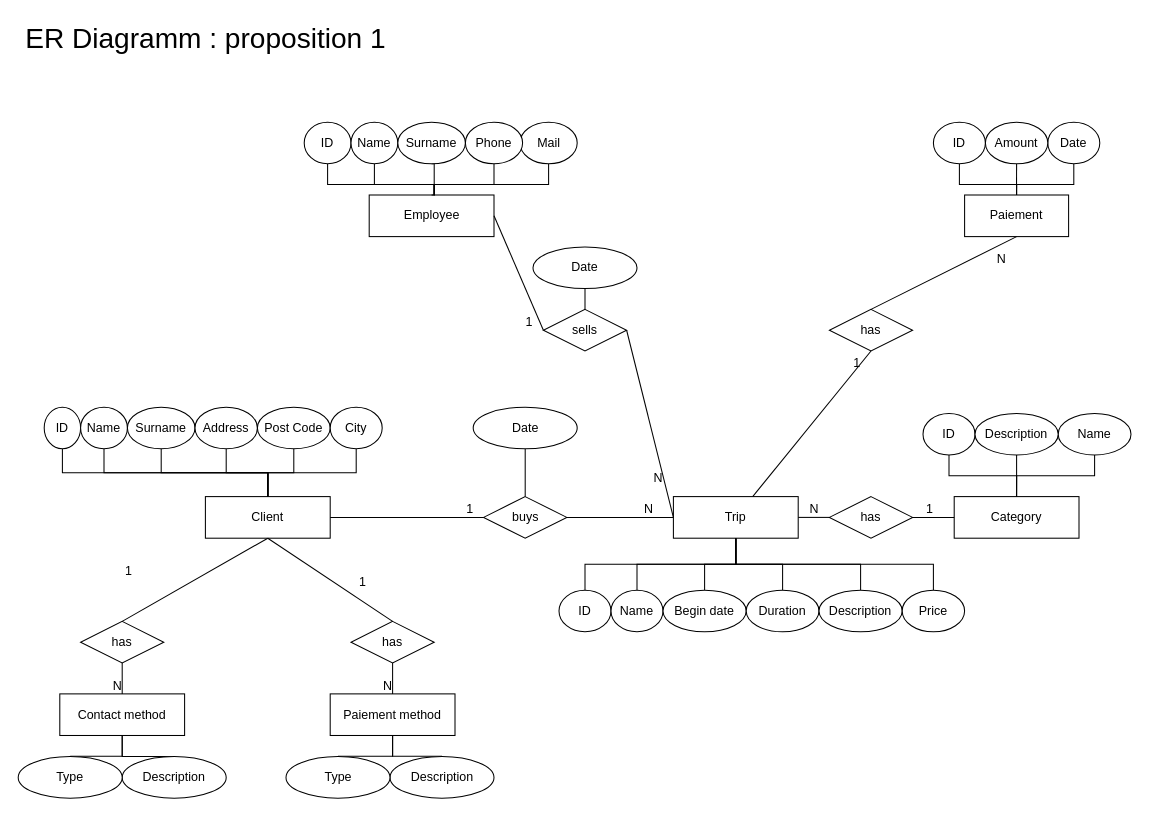
This is page "ER-Model" (1 of 2) of DB Projekt 1.drawio from phootrf/DBProjet1, a draw.io file, before an edit. Source tidied: cells renumbered, new cells numbered last; positions are measured from the earlier drawing's top-left corner, leaving out a move shared by most shapes. Both pictures are drawn from the tidied source at 104%, with x=0, y=0 at pixel (18, 18).
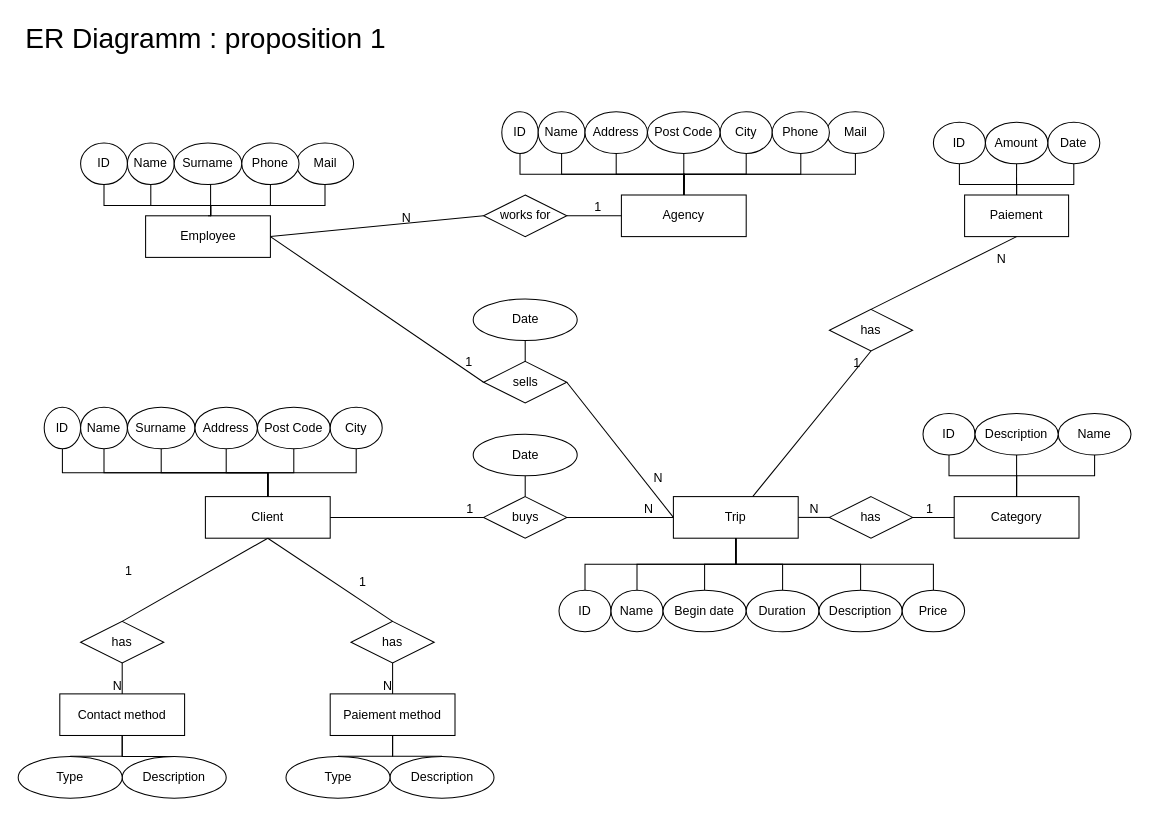
The same page after the edit.

Commit message:
added entity agency

Unchanged cells that the change refers to:
```xml
<mxCell id="11" value="buys" style="shape=rhombus;perimeter=rhombusPerimeter;whiteSpace=wrap;html=1;align=center;" parent="1" vertex="1">
  <mxGeometry x="447.5" y="460" width="80" height="40" as="geometry" />
</mxCell>
<mxCell id="78" style="endArrow=none;html=1;rounded=0;exitX=1;exitY=0.5;exitDx=0;exitDy=0;entryX=0;entryY=0.5;entryDx=0;entryDy=0;" parent="1" edge="1" source="76" target="77">
  <mxGeometry relative="1" as="geometry" />
</mxCell>
```

The edit, as a diff of the source:
```diff
@@
     <mxCell id="76" value="Employee" style="whiteSpace=wrap;html=1;align=center;" parent="1" vertex="1">
-      <mxGeometry x="337.5" y="170" width="120" height="40" as="geometry" />
+      <mxGeometry x="122.5" y="190" width="120" height="40" as="geometry" />
     </mxCell>
     <mxCell id="77" value="sells" style="shape=rhombus;perimeter=rhombusPerimeter;whiteSpace=wrap;html=1;align=center;" parent="1" vertex="1">
-      <mxGeometry x="505" y="280" width="80" height="40" as="geometry" />
+      <mxGeometry x="447.5" y="330" width="80" height="40" as="geometry" />
     </mxCell>
@@
     <mxCell id="79" value="1" style="html=1;align=right;verticalAlign=bottom;" parent="78" vertex="1">
       <mxGeometry x="1" relative="1" as="geometry">
-        <mxPoint x="-10" as="offset" />
+        <mxPoint x="-10" y="-11" as="offset" />
       </mxGeometry>
     </mxCell>
@@
     <mxCell id="82" style="edgeStyle=orthogonalEdgeStyle;rounded=0;jettySize=auto;html=1;exitX=0.5;exitY=1;exitDx=0;exitDy=0;entryX=0.522;entryY=0.01;entryDx=0;entryDy=0;entryPerimeter=0;endArrow=none;endFill=0;" parent="1" edge="1" source="83" target="76">
       <mxGeometry relative="1" as="geometry">
         <Array as="points">
-          <mxPoint x="297" y="160" />
-          <mxPoint x="400" y="160" />
+          <mxPoint x="82" y="180" />
+          <mxPoint x="185" y="180" />
         </Array>
       </mxGeometry>
     </mxCell>
     <mxCell id="83" value="ID" style="ellipse;whiteSpace=wrap;html=1;align=center;" parent="1" vertex="1">
-      <mxGeometry x="275" y="100" width="45" height="40" as="geometry" />
+      <mxGeometry x="60" y="120" width="45" height="40" as="geometry" />
     </mxCell>
     <mxCell id="84" style="edgeStyle=orthogonalEdgeStyle;rounded=0;jettySize=auto;html=1;exitX=0.5;exitY=1;exitDx=0;exitDy=0;entryX=0.5;entryY=0;entryDx=0;entryDy=0;endArrow=none;endFill=0;" parent="1" edge="1" source="85" target="76">
       <mxGeometry relative="1" as="geometry">
         <Array as="points">
-          <mxPoint x="342" y="160" />
-          <mxPoint x="400" y="160" />
+          <mxPoint x="127" y="180" />
+          <mxPoint x="185" y="180" />
         </Array>
       </mxGeometry>
     </mxCell>
     <mxCell id="85" value="Name" style="ellipse;whiteSpace=wrap;html=1;align=center;" parent="1" vertex="1">
-      <mxGeometry x="320" y="100" width="45" height="40" as="geometry" />
+      <mxGeometry x="105" y="120" width="45" height="40" as="geometry" />
     </mxCell>
     <mxCell id="86" style="edgeStyle=orthogonalEdgeStyle;rounded=0;jettySize=auto;html=1;exitX=0.5;exitY=1;exitDx=0;exitDy=0;endArrow=none;endFill=0;" parent="1" edge="1" source="87">
       <mxGeometry relative="1" as="geometry">
-        <mxPoint x="400" y="170" as="targetPoint" />
+        <mxPoint x="185" y="190" as="targetPoint" />
       </mxGeometry>
     </mxCell>
     <mxCell id="87" value="Surname" style="ellipse;whiteSpace=wrap;html=1;align=center;" parent="1" vertex="1">
-      <mxGeometry x="365" y="100" width="65" height="40" as="geometry" />
+      <mxGeometry x="150" y="120" width="65" height="40" as="geometry" />
     </mxCell>
     <mxCell id="88" style="edgeStyle=orthogonalEdgeStyle;rounded=0;jettySize=auto;html=1;exitX=0.5;exitY=1;exitDx=0;exitDy=0;endArrow=none;endFill=0;" parent="1" edge="1" source="89">
       <mxGeometry relative="1" as="geometry">
-        <mxPoint x="400" y="170" as="targetPoint" />
+        <mxPoint x="185" y="190" as="targetPoint" />
         <Array as="points">
-          <mxPoint x="510" y="160" />
-          <mxPoint x="400" y="160" />
+          <mxPoint x="295" y="180" />
+          <mxPoint x="185" y="180" />
         </Array>
       </mxGeometry>
     </mxCell>
     <mxCell id="89" value="Mail" style="ellipse;whiteSpace=wrap;html=1;align=center;" parent="1" vertex="1">
-      <mxGeometry x="482.5" y="100" width="55" height="40" as="geometry" />
+      <mxGeometry x="267.5" y="120" width="55" height="40" as="geometry" />
     </mxCell>
     <mxCell id="90" style="edgeStyle=orthogonalEdgeStyle;rounded=0;jettySize=auto;html=1;exitX=0.5;exitY=1;exitDx=0;exitDy=0;endArrow=none;endFill=0;" parent="1" edge="1" source="91">
       <mxGeometry relative="1" as="geometry">
-        <mxPoint x="400" y="170" as="targetPoint" />
+        <mxPoint x="185" y="190" as="targetPoint" />
         <Array as="points">
-          <mxPoint x="458" y="160" />
-          <mxPoint x="400" y="160" />
+          <mxPoint x="243" y="180" />
+          <mxPoint x="185" y="180" />
         </Array>
       </mxGeometry>
     </mxCell>
     <mxCell id="91" value="Phone" style="ellipse;whiteSpace=wrap;html=1;align=center;" parent="1" vertex="1">
-      <mxGeometry x="430" y="100" width="55" height="40" as="geometry" />
+      <mxGeometry x="215" y="120" width="55" height="40" as="geometry" />
     </mxCell>
-    <mxCell id="92" style="edgeStyle=orthogonalEdgeStyle;rounded=0;jettySize=auto;html=1;endArrow=none;endFill=0;" parent="1" edge="1" source="93" target="11">
+    <mxCell id="92" style="edgeStyle=orthogonalEdgeStyle;rounded=0;jettySize=auto;html=1;endArrow=none;endFill=0;entryX=0.5;entryY=0;entryDx=0;entryDy=0;" parent="1" edge="1" source="93" target="11">
       <mxGeometry relative="1" as="geometry" />
     </mxCell>
     <mxCell id="93" value="Date" style="ellipse;whiteSpace=wrap;html=1;align=center;" parent="1" vertex="1">
-      <mxGeometry x="437.5" y="374" width="100" height="40" as="geometry" />
+      <mxGeometry x="437.5" y="400" width="100" height="40" as="geometry" />
     </mxCell>
-    <mxCell id="94" style="edgeStyle=orthogonalEdgeStyle;rounded=0;jettySize=auto;html=1;endArrow=none;endFill=0;" parent="1" edge="1" source="95" target="77">
+    <mxCell id="94" style="edgeStyle=orthogonalEdgeStyle;rounded=0;jettySize=auto;html=1;endArrow=none;endFill=0;entryX=0.5;entryY=0;entryDx=0;entryDy=0;" parent="1" edge="1" source="95" target="77">
       <mxGeometry relative="1" as="geometry" />
     </mxCell>
     <mxCell id="95" value="Date" style="ellipse;whiteSpace=wrap;html=1;align=center;" parent="1" vertex="1">
-      <mxGeometry x="495" y="220" width="100" height="40" as="geometry" />
+      <mxGeometry x="437.5" y="270" width="100" height="40" as="geometry" />
     </mxCell>
@@
+    <mxCell id="98" value="Agency" style="whiteSpace=wrap;html=1;align=center;" parent="1" vertex="1">
+      <mxGeometry x="580" y="170" width="120" height="40" as="geometry" />
+    </mxCell>
+    <mxCell id="99" value="works for" style="shape=rhombus;perimeter=rhombusPerimeter;whiteSpace=wrap;html=1;align=center;" parent="1" vertex="1">
+      <mxGeometry x="447.5" y="170" width="80" height="40" as="geometry" />
+    </mxCell>
+    <mxCell id="100" style="endArrow=none;html=1;rounded=0;exitX=1;exitY=0.5;exitDx=0;exitDy=0;entryX=0;entryY=0.5;entryDx=0;entryDy=0;" parent="1" edge="1" source="76" target="99">
+      <mxGeometry relative="1" as="geometry" />
+    </mxCell>
+    <mxCell id="101" value="N" style="html=1;align=right;verticalAlign=bottom;" parent="100" vertex="1">
+      <mxGeometry x="1" relative="1" as="geometry">
+        <mxPoint x="-70" y="10" as="offset" />
+      </mxGeometry>
+    </mxCell>
+    <mxCell id="102" style="endArrow=none;html=1;rounded=0;fontSize=27;exitX=1;exitY=0.5;exitDx=0;exitDy=0;entryX=0;entryY=0.5;entryDx=0;entryDy=0;" parent="1" edge="1" source="99" target="98">
+      <mxGeometry relative="1" as="geometry" />
+    </mxCell>
+    <mxCell id="103" value="1" style="html=1;align=right;verticalAlign=bottom;" parent="102" vertex="1">
+      <mxGeometry x="1" relative="1" as="geometry">
+        <mxPoint x="-20" as="offset" />
+      </mxGeometry>
+    </mxCell>
+    <mxCell id="104" style="edgeStyle=orthogonalEdgeStyle;rounded=0;jettySize=auto;html=1;exitX=0.5;exitY=1;exitDx=0;exitDy=0;entryX=0.5;entryY=0;entryDx=0;entryDy=0;endArrow=none;endFill=0;" parent="1" edge="1" source="105" target="98">
+      <mxGeometry relative="1" as="geometry" />
+    </mxCell>
+    <mxCell id="105" value="ID" style="ellipse;whiteSpace=wrap;html=1;align=center;" parent="1" vertex="1">
+      <mxGeometry x="465" y="90" width="35" height="40" as="geometry" />
+    </mxCell>
+    <mxCell id="106" style="edgeStyle=orthogonalEdgeStyle;rounded=0;jettySize=auto;html=1;exitX=0.5;exitY=1;exitDx=0;exitDy=0;endArrow=none;endFill=0;" parent="1" edge="1" source="107">
+      <mxGeometry relative="1" as="geometry">
+        <mxPoint x="640" y="170" as="targetPoint" />
+      </mxGeometry>
+    </mxCell>
+    <mxCell id="107" value="Name" style="ellipse;whiteSpace=wrap;html=1;align=center;" parent="1" vertex="1">
+      <mxGeometry x="500" y="90" width="45" height="40" as="geometry" />
+    </mxCell>
+    <mxCell id="108" style="edgeStyle=orthogonalEdgeStyle;rounded=0;jettySize=auto;html=1;exitX=0.5;exitY=1;exitDx=0;exitDy=0;endArrow=none;endFill=0;" parent="1" edge="1" source="109">
+      <mxGeometry relative="1" as="geometry">
+        <mxPoint x="640" y="170" as="targetPoint" />
+      </mxGeometry>
+    </mxCell>
+    <mxCell id="109" value="Address" style="ellipse;whiteSpace=wrap;html=1;align=center;" parent="1" vertex="1">
+      <mxGeometry x="545" y="90" width="60" height="40" as="geometry" />
+    </mxCell>
+    <mxCell id="110" style="edgeStyle=orthogonalEdgeStyle;rounded=0;jettySize=auto;html=1;exitX=0.5;exitY=1;exitDx=0;exitDy=0;entryX=0.5;entryY=0;entryDx=0;entryDy=0;endArrow=none;endFill=0;" parent="1" edge="1" source="111" target="98">
+      <mxGeometry relative="1" as="geometry" />
+    </mxCell>
+    <mxCell id="111" value="Post Code" style="ellipse;whiteSpace=wrap;html=1;align=center;" parent="1" vertex="1">
+      <mxGeometry x="605" y="90" width="70" height="40" as="geometry" />
+    </mxCell>
+    <mxCell id="112" style="edgeStyle=orthogonalEdgeStyle;rounded=0;jettySize=auto;html=1;exitX=0.5;exitY=1;exitDx=0;exitDy=0;entryX=0.5;entryY=0;entryDx=0;entryDy=0;endArrow=none;endFill=0;" parent="1" edge="1" source="113" target="98">
+      <mxGeometry relative="1" as="geometry" />
+    </mxCell>
+    <mxCell id="113" value="City" style="ellipse;whiteSpace=wrap;html=1;align=center;" parent="1" vertex="1">
+      <mxGeometry x="675" y="90" width="50" height="40" as="geometry" />
+    </mxCell>
+    <mxCell id="114" style="edgeStyle=orthogonalEdgeStyle;rounded=0;jettySize=auto;html=1;exitX=0.5;exitY=1;exitDx=0;exitDy=0;entryX=0.5;entryY=0;entryDx=0;entryDy=0;endArrow=none;endFill=0;" parent="1" edge="1" source="115" target="98">
+      <mxGeometry relative="1" as="geometry" />
+    </mxCell>
+    <mxCell id="115" value="Mail" style="ellipse;whiteSpace=wrap;html=1;align=center;" parent="1" vertex="1">
+      <mxGeometry x="777.5" y="90" width="55" height="40" as="geometry" />
+    </mxCell>
+    <mxCell id="116" style="edgeStyle=orthogonalEdgeStyle;rounded=0;jettySize=auto;html=1;exitX=0.5;exitY=1;exitDx=0;exitDy=0;entryX=0.5;entryY=0;entryDx=0;entryDy=0;endArrow=none;endFill=0;" parent="1" edge="1" source="117" target="98">
+      <mxGeometry relative="1" as="geometry" />
+    </mxCell>
+    <mxCell id="117" value="Phone" style="ellipse;whiteSpace=wrap;html=1;align=center;" parent="1" vertex="1">
+      <mxGeometry x="725" y="90" width="55" height="40" as="geometry" />
+    </mxCell>
```
